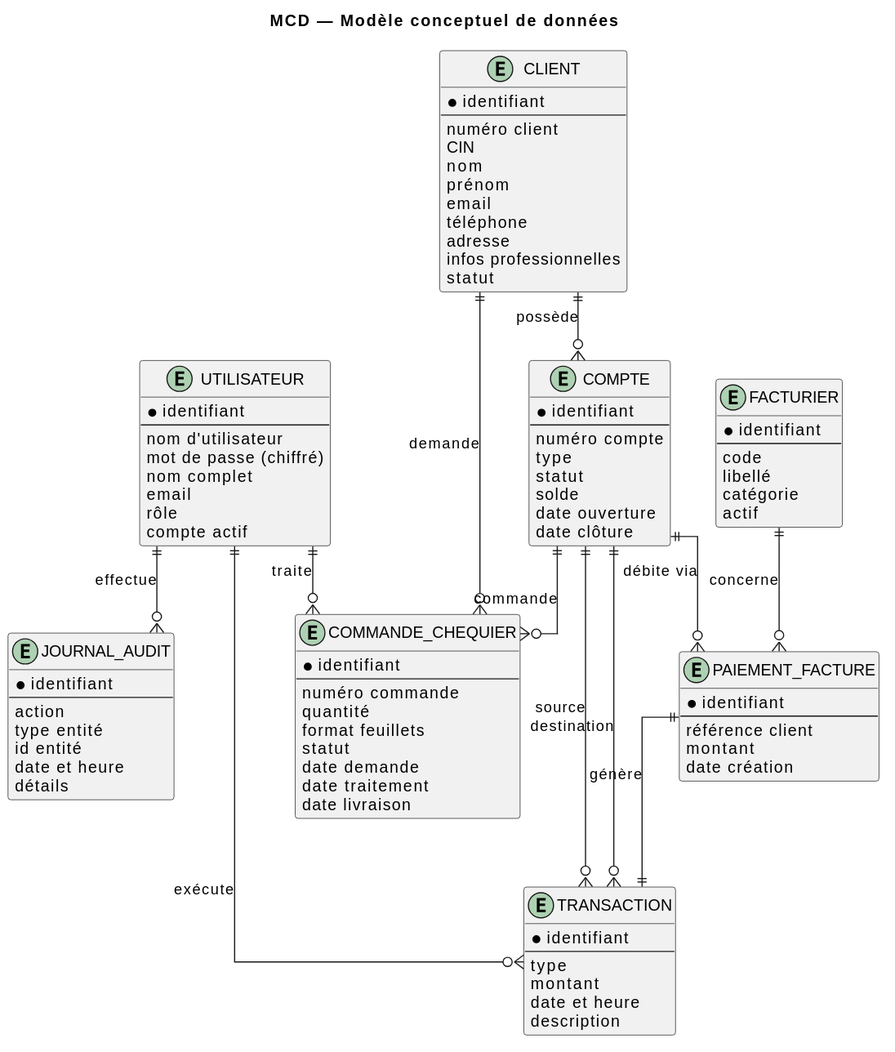
This is documentation/modele-donnees/MCD.svg from aminabensouda106-gif/banque1, a PlantUML export, as it was before one commit.
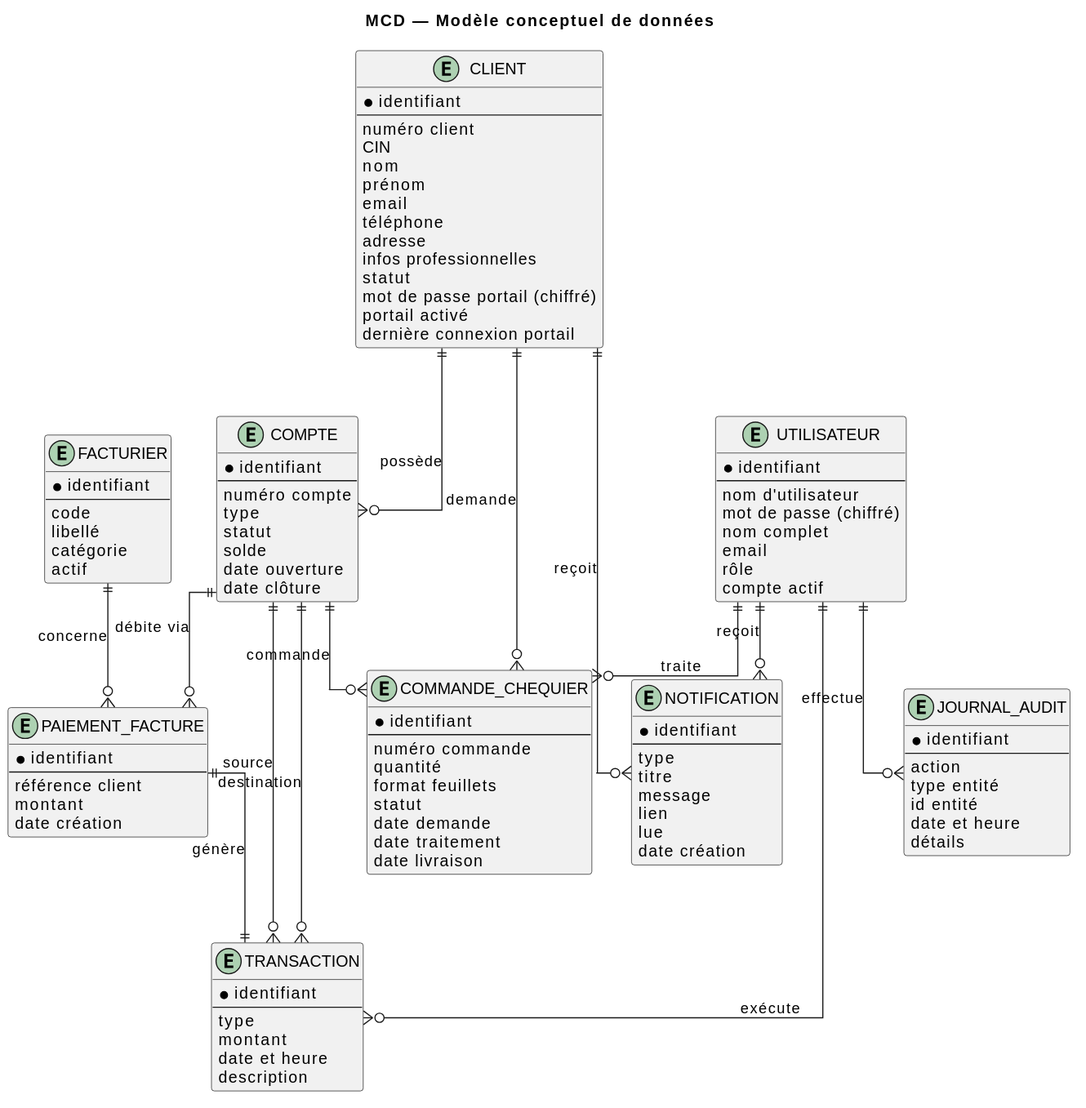
After the change.

Change to the diagram source:
```diff
@@ -27,6 +27,9 @@
   adresse
   infos professionnelles
   statut
+  mot de passe portail (chiffré)
+  portail activé
+  dernière connexion portail
 }
 
 entity "COMPTE" as account {
@@ -88,11 +91,24 @@
   détails
 }
 
+entity "NOTIFICATION" as notif {
+  * identifiant
+  --
+  type
+  titre
+  message
+  lien
+  lue
+  date création
+}
+
 client ||--o{ account : possède
 client ||--o{ chq : demande
+client ||--o{ notif : reçoit
 user ||--o{ transaction : exécute
 user ||--o{ chq : traite
 user ||--o{ audit : effectue
+user ||--o{ notif : reçoit
 account ||--o{ transaction : source
 account ||--o{ transaction : destination
 account ||--o{ bill : débite via
```
